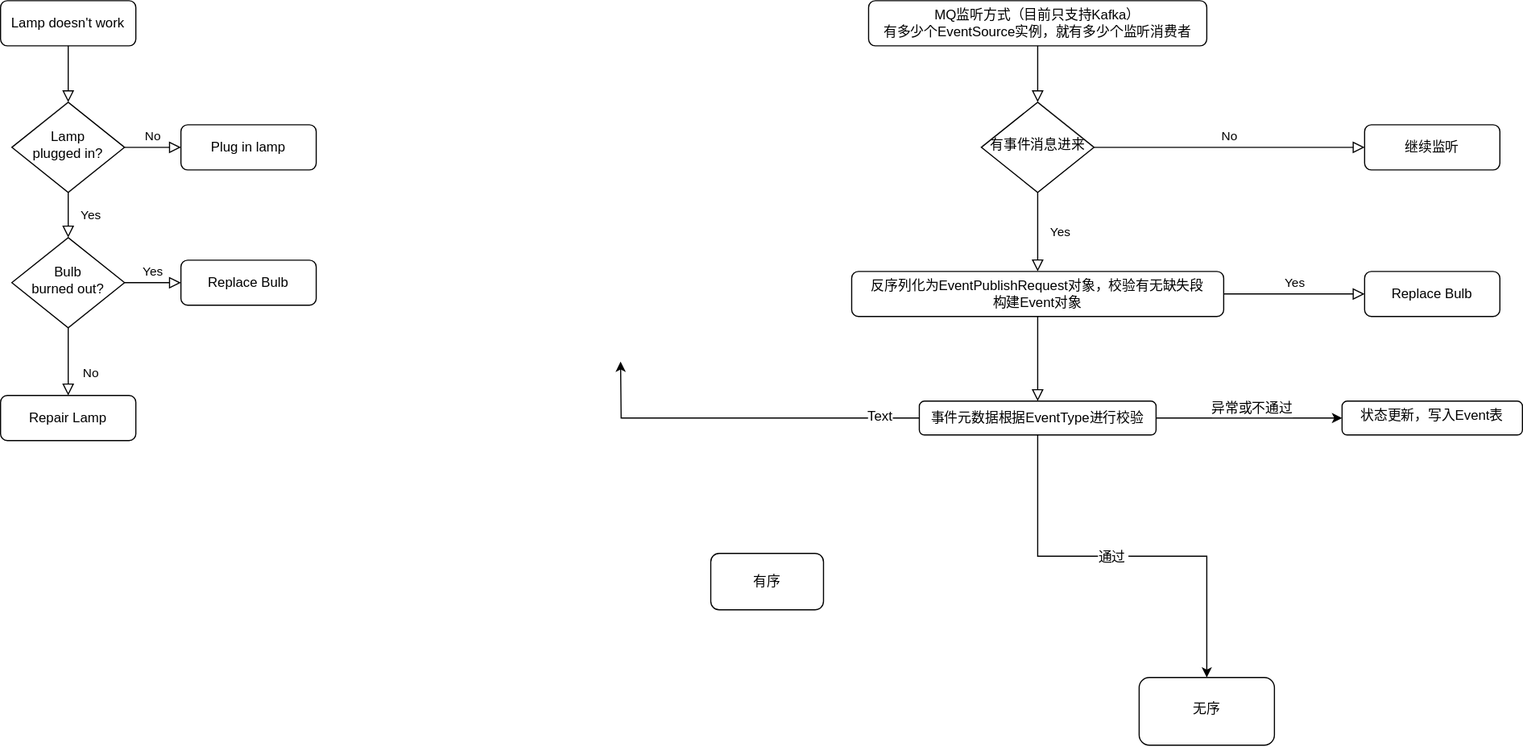
The draw.io diagram 未命名绘图.drawio.svg in 1171229771/draw, before a commit. Source tidied: cells renumbered, new cells last; positions are measured from the earlier drawing's top-left corner, leaving out a move shared by most shapes.
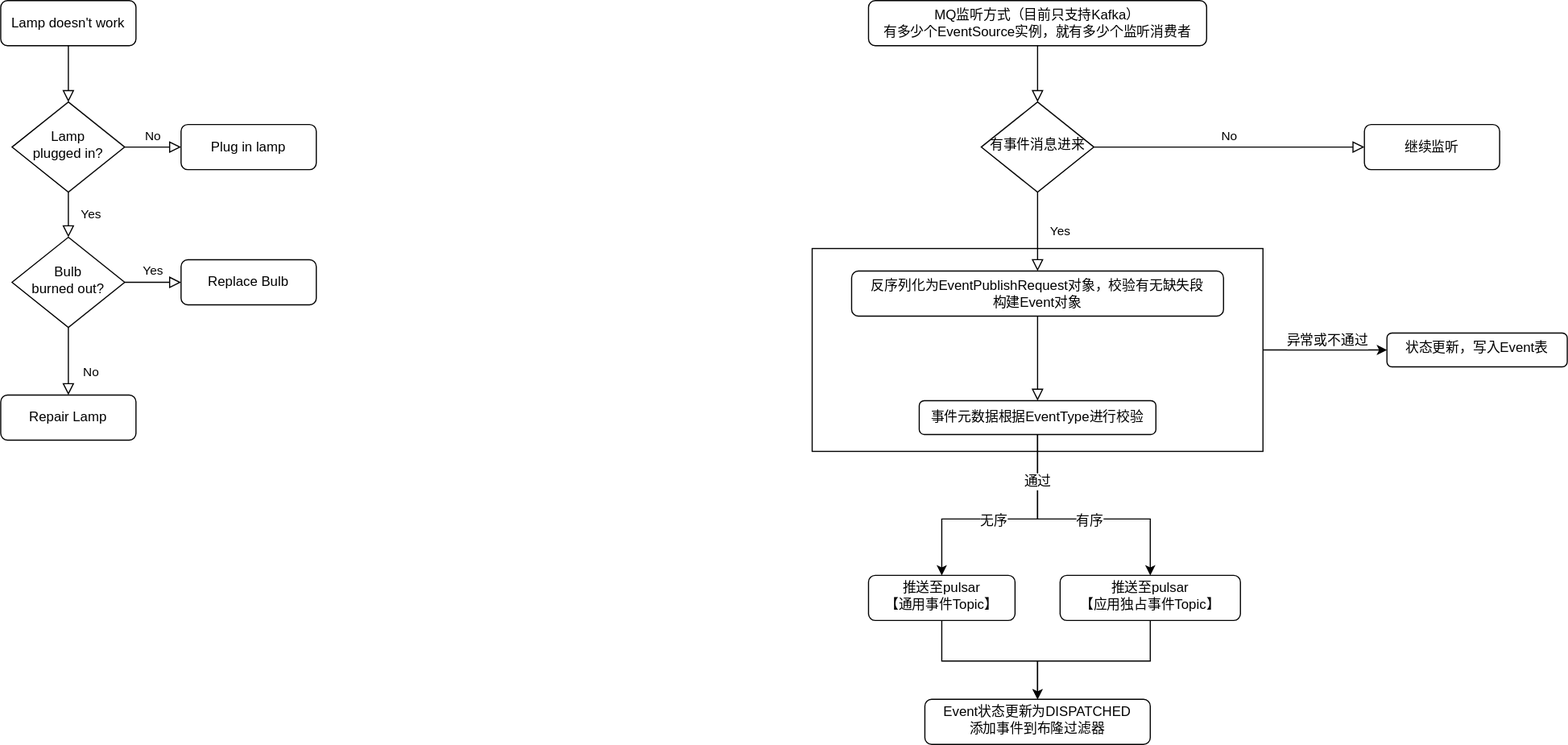
The same diagram one commit later.

Commit message:
更新未命名绘图.drawio.svg

Diff of the diagram source:
```diff
@@ -2,6 +2,9 @@
   <root>
     <mxCell id="0" />
     <mxCell id="1" parent="0" />
+    <mxCell id="33" style="rounded=0;whiteSpace=wrap;html=1;shadow=0;strokeColor=default;strokeWidth=1;align=center;verticalAlign=middle;spacingTop=-4;spacing=6;fontFamily=Helvetica;fontSize=12;fontColor=default;fillColor=default;" parent="1" vertex="1">
+      <mxGeometry x="720" y="220" width="400" height="180" as="geometry" />
+    </mxCell>
     <mxCell id="2" style="rounded=0;html=1;jettySize=auto;fontSize=11;endArrow=block;endFill=0;endSize=8;strokeWidth=1;shadow=0;labelBackgroundColor=none;edgeStyle=orthogonalEdgeStyle;" parent="1" edge="1" source="3" target="6">
       <mxGeometry relative="1" as="geometry" />
     </mxCell>
@@ -50,56 +53,84 @@
     <mxCell id="17" value="继续监听" style="rounded=1;whiteSpace=wrap;html=1;fontSize=12;glass=0;strokeWidth=1;shadow=0;" parent="1" vertex="1">
       <mxGeometry x="1210" y="110" width="120" height="40" as="geometry" />
     </mxCell>
-    <mxCell id="18" style="edgeStyle=orthogonalEdgeStyle;rounded=0;jettySize=auto;html=1;fontFamily=Helvetica;fontSize=12;fontColor=default;entryX=0.5;entryY=0;entryDx=0;entryDy=0;" parent="1" edge="1" source="24" target="32">
-      <mxGeometry relative="1" as="geometry" />
+    <mxCell id="18" style="edgeStyle=orthogonalEdgeStyle;rounded=0;jettySize=auto;html=1;fontFamily=Helvetica;fontSize=12;fontColor=default;entryX=0.5;entryY=0;entryDx=0;entryDy=0;exitX=0.5;exitY=1;exitDx=0;exitDy=0;" parent="1" edge="1" source="24" target="32">
+      <mxGeometry relative="1" as="geometry">
+        <Array as="points">
+          <mxPoint x="920" y="460" />
+          <mxPoint x="1020" y="460" />
+        </Array>
+      </mxGeometry>
     </mxCell>
-    <mxCell id="19" value="通过&lt;span style=&quot;white-space: pre;&quot;&gt;&#9;&lt;/span&gt;" style="edgeLabel;html=1;align=center;verticalAlign=middle;fontSize=12;fontFamily=Helvetica;fontColor=default;" parent="18" vertex="1">
-      <mxGeometry x="-0.05" y="-1" relative="1" as="geometry">
-        <mxPoint x="2" as="offset" />
-      </mxGeometry>
-    </mxCell>
-    <mxCell id="20" style="edgeStyle=orthogonalEdgeStyle;rounded=0;jettySize=auto;html=1;entryX=0;entryY=0.5;entryDx=0;entryDy=0;fontFamily=Helvetica;fontSize=12;fontColor=default;" parent="1" edge="1" source="24" target="31">
-      <mxGeometry relative="1" as="geometry" />
-    </mxCell>
-    <mxCell id="21" value="异常或不通过" style="edgeLabel;html=1;align=center;verticalAlign=middle;fontSize=12;fontFamily=Helvetica;fontColor=default;" parent="20" vertex="1">
-      <mxGeometry x="0.02" y="-1" relative="1" as="geometry">
-        <mxPoint y="-9" as="offset" />
-      </mxGeometry>
-    </mxCell>
+    <mxCell id="30" value="有序" style="edgeLabel;html=1;align=center;verticalAlign=middle;fontSize=12;fontFamily=Helvetica;fontColor=default;" parent="18" vertex="1">
+      <mxGeometry y="-1" relative="1" as="geometry">
+        <mxPoint x="7" as="offset" />
+      </mxGeometry>
+    </mxCell>
-    <mxCell id="22" style="edgeStyle=orthogonalEdgeStyle;rounded=0;jettySize=auto;html=1;fontFamily=Helvetica;fontSize=12;fontColor=default;" parent="1" edge="1" source="24">
+    <mxCell id="22" style="edgeStyle=orthogonalEdgeStyle;rounded=0;jettySize=auto;html=1;fontFamily=Helvetica;fontSize=12;fontColor=default;exitX=0.5;exitY=1;exitDx=0;exitDy=0;entryX=0.5;entryY=0;entryDx=0;entryDy=0;" parent="1" edge="1" source="24" target="37">
       <mxGeometry relative="1" as="geometry">
-        <mxPoint x="550" y="320" as="targetPoint" />
+        <Array as="points">
+          <mxPoint x="920" y="460" />
+          <mxPoint x="835" y="460" />
+        </Array>
       </mxGeometry>
     </mxCell>
-    <mxCell id="23" value="Text" style="edgeLabel;html=1;align=center;verticalAlign=middle;fontSize=12;fontFamily=Helvetica;fontColor=default;" parent="22" vertex="1">
-      <mxGeometry x="-0.77" y="-1" relative="1" as="geometry" />
+    <mxCell id="23" value="通过" style="edgeLabel;html=1;align=center;verticalAlign=middle;fontSize=12;fontFamily=Helvetica;fontColor=default;" parent="22" vertex="1">
+      <mxGeometry x="-0.77" y="-1" relative="1" as="geometry">
+        <mxPoint y="17" as="offset" />
+      </mxGeometry>
     </mxCell>
+    <mxCell id="34" value="无序" style="edgeLabel;html=1;align=center;verticalAlign=middle;fontSize=12;fontFamily=Helvetica;fontColor=default;" parent="22" vertex="1">
+      <mxGeometry x="0.03" y="1" relative="1" as="geometry">
+        <mxPoint x="-7" as="offset" />
+      </mxGeometry>
+    </mxCell>
     <mxCell id="24" value="事件元数据根据EventType进行&lt;span style=&quot;background-color: initial;&quot;&gt;校验&lt;/span&gt;" style="rounded=1;whiteSpace=wrap;html=1;fontSize=12;glass=0;strokeWidth=1;shadow=0;" parent="1" vertex="1">
       <mxGeometry x="815" y="355" width="210" height="30" as="geometry" />
     </mxCell>
-    <mxCell id="25" value="Replace Bulb" style="rounded=1;whiteSpace=wrap;html=1;fontSize=12;glass=0;strokeWidth=1;shadow=0;" parent="1" vertex="1">
-      <mxGeometry x="1210" y="240" width="120" height="40" as="geometry" />
-    </mxCell>
     <mxCell id="26" value="Yes" style="rounded=0;html=1;jettySize=auto;fontSize=11;endArrow=block;endFill=0;endSize=8;strokeWidth=1;shadow=0;labelBackgroundColor=none;edgeStyle=orthogonalEdgeStyle;entryX=0.5;entryY=0;entryDx=0;entryDy=0;" parent="1" edge="1" source="16" target="29">
       <mxGeometry y="20" relative="1" as="geometry" />
     </mxCell>
     <mxCell id="27" style="rounded=0;html=1;jettySize=auto;fontSize=11;endArrow=block;endFill=0;endSize=8;strokeWidth=1;shadow=0;labelBackgroundColor=none;edgeStyle=orthogonalEdgeStyle;exitX=0.5;exitY=1;exitDx=0;exitDy=0;" parent="1" edge="1" source="29" target="24">
       <mxGeometry x="0.33" y="20" relative="1" as="geometry" />
     </mxCell>
-    <mxCell id="28" value="Yes" style="edgeStyle=orthogonalEdgeStyle;rounded=0;html=1;jettySize=auto;fontSize=11;endArrow=block;endFill=0;endSize=8;strokeWidth=1;shadow=0;labelBackgroundColor=none;exitX=1;exitY=0.5;exitDx=0;exitDy=0;" parent="1" edge="1" source="29" target="25">
-      <mxGeometry y="10" relative="1" as="geometry" />
-    </mxCell>
     <mxCell id="29" value="反序列化为EventPublishRequest对象，校验有无缺失段&lt;br&gt;构建Event对象" style="rounded=1;html=1;fontSize=12;glass=0;strokeWidth=1;shadow=0;whiteSpace=wrap;" parent="1" vertex="1">
       <mxGeometry x="755" y="240" width="330" height="40" as="geometry" />
     </mxCell>
-    <mxCell id="30" value="有序" style="whiteSpace=wrap;html=1;rounded=1;glass=0;strokeWidth=1;shadow=0;" parent="1" vertex="1">
-      <mxGeometry x="630" y="490" width="100" height="50" as="geometry" />
-    </mxCell>
+    <mxCell id="35" style="edgeStyle=orthogonalEdgeStyle;rounded=0;jettySize=auto;html=1;fontFamily=Helvetica;fontSize=12;fontColor=default;entryX=0.5;entryY=0;entryDx=0;entryDy=0;" parent="1" edge="1" source="32" target="38">
+      <mxGeometry relative="1" as="geometry">
+        <Array as="points">
+          <mxPoint x="1020" y="586" />
+          <mxPoint x="920" y="586" />
+        </Array>
+      </mxGeometry>
+    </mxCell>
+    <mxCell id="32" value="推送至pulsar&lt;br&gt;【应用独占事件Topic】" style="rounded=1;whiteSpace=wrap;html=1;shadow=0;strokeColor=default;strokeWidth=1;align=center;verticalAlign=middle;spacingTop=-4;spacing=6;fontFamily=Helvetica;fontSize=12;fontColor=default;fillColor=default;" parent="1" vertex="1">
+      <mxGeometry x="940" y="510" width="160" height="40" as="geometry" />
+    </mxCell>
+    <mxCell id="36" style="edgeStyle=orthogonalEdgeStyle;rounded=0;jettySize=auto;html=1;fontFamily=Helvetica;fontSize=12;fontColor=default;entryX=0.5;entryY=0;entryDx=0;entryDy=0;" parent="1" edge="1" source="37" target="38">
+      <mxGeometry relative="1" as="geometry">
+        <Array as="points">
+          <mxPoint x="835" y="586" />
+          <mxPoint x="920" y="586" />
+        </Array>
+      </mxGeometry>
+    </mxCell>
+    <mxCell id="37" value="推送至pulsar&lt;br&gt;【通用事件Topic】" style="rounded=1;whiteSpace=wrap;html=1;shadow=0;strokeColor=default;strokeWidth=1;align=center;verticalAlign=middle;spacingTop=-4;spacing=6;fontFamily=Helvetica;fontSize=12;fontColor=default;fillColor=default;" parent="1" vertex="1">
+      <mxGeometry x="770" y="510" width="130" height="40" as="geometry" />
+    </mxCell>
+    <mxCell id="38" value="Event状态更新为DISPATCHED&lt;br&gt;添加事件到布隆过滤器" style="rounded=1;whiteSpace=wrap;html=1;shadow=0;strokeColor=default;strokeWidth=1;align=center;verticalAlign=middle;spacingTop=-4;spacing=6;fontFamily=Helvetica;fontSize=12;fontColor=default;fillColor=default;" parent="1" vertex="1">
+      <mxGeometry x="820" y="620" width="200" height="40" as="geometry" />
+    </mxCell>
+    <mxCell id="39" style="edgeStyle=orthogonalEdgeStyle;rounded=0;jettySize=auto;html=1;entryX=0;entryY=0.5;entryDx=0;entryDy=0;fontFamily=Helvetica;fontSize=12;fontColor=default;exitX=1;exitY=0.5;exitDx=0;exitDy=0;" parent="1" edge="1" source="33" target="31">
+      <mxGeometry relative="1" as="geometry" />
+    </mxCell>
+    <mxCell id="21" value="异常或不通过" style="edgeLabel;html=1;align=center;verticalAlign=middle;fontSize=12;fontFamily=Helvetica;fontColor=default;" parent="39" vertex="1">
+      <mxGeometry x="0.02" y="-1" relative="1" as="geometry">
+        <mxPoint y="-10" as="offset" />
+      </mxGeometry>
+    </mxCell>
     <mxCell id="31" value="状态更新，写入Event表&lt;br&gt;" style="rounded=1;whiteSpace=wrap;html=1;shadow=0;strokeColor=default;strokeWidth=1;align=center;verticalAlign=middle;spacingTop=-4;spacing=6;fontFamily=Helvetica;fontSize=12;fontColor=default;fillColor=default;" parent="1" vertex="1">
-      <mxGeometry x="1190" y="355" width="160" height="30" as="geometry" />
+      <mxGeometry x="1230" y="295" width="160" height="30" as="geometry" />
     </mxCell>
-    <mxCell id="32" value="无序" style="rounded=1;whiteSpace=wrap;html=1;shadow=0;strokeColor=default;strokeWidth=1;align=center;verticalAlign=middle;spacingTop=-4;spacing=6;fontFamily=Helvetica;fontSize=12;fontColor=default;fillColor=default;" parent="1" vertex="1">
-      <mxGeometry x="1010" y="600" width="120" height="60" as="geometry" />
-    </mxCell>
   </root>
 </mxGraphModel>
```
